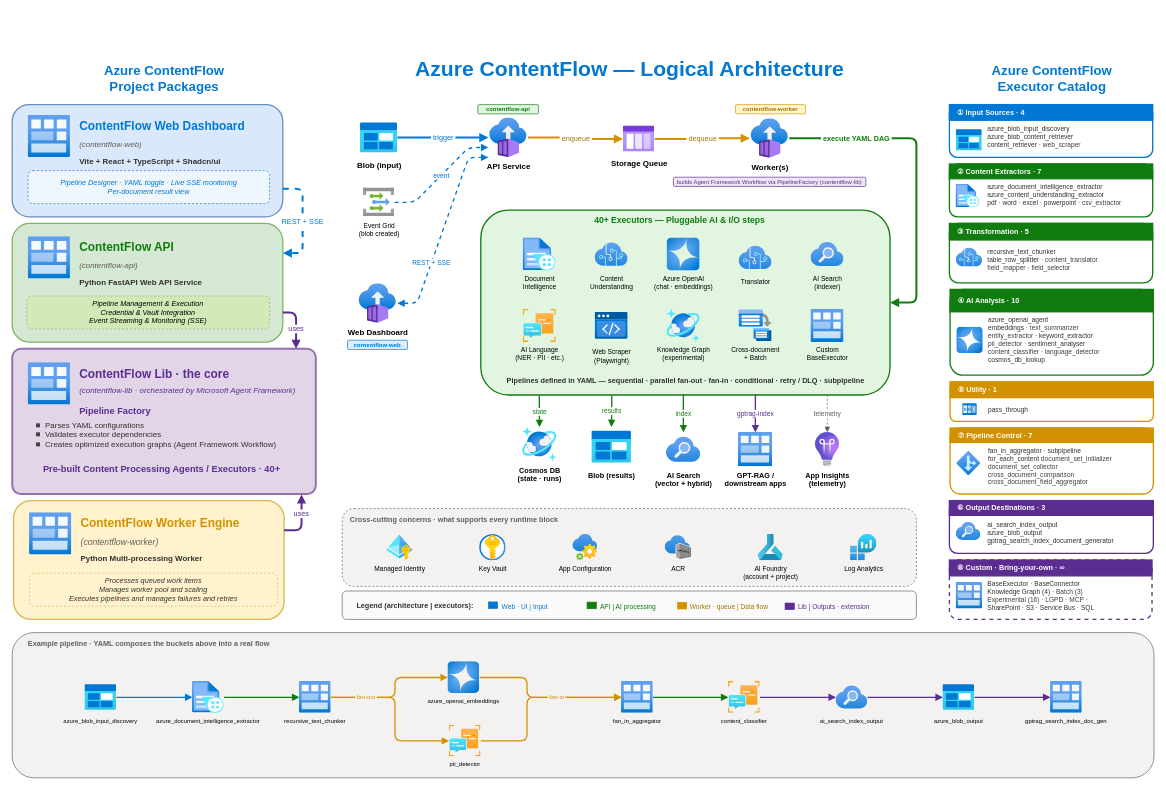
Above: page "Overall" (1 of 4) of assets/ContentFlow Diagram.drawio in Azure/contentflow (draw.io), before the change. Source tidied: cells renumbered, new cells numbered last; positions are measured from the earlier drawing's top-left corner, leaving out a move shared by most shapes. Both pictures are drawn from the tidied source at 66%, with x=0, y=0 at pixel (12, 51).
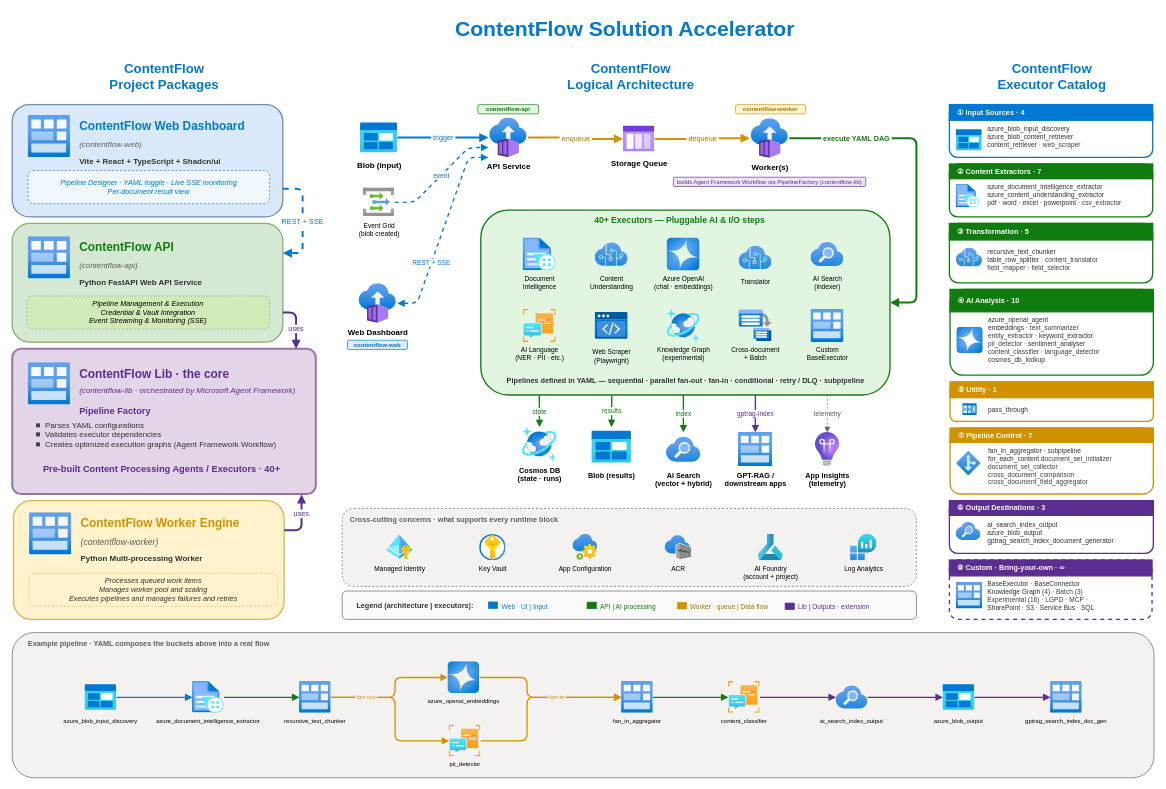
After the change.

Commit message (it also covers changes not shown here):
docs: add multi-page architecture diagram

What changed in the source:
```diff
@@
-    <mxCell id="80" value="&lt;font&gt;&lt;b style=&quot;&quot;&gt;Azure ContentFlow&lt;/b&gt;&lt;/font&gt;&lt;div&gt;&lt;font style=&quot;&quot;&gt;&lt;font style=&quot;color: rgb(0, 120, 212);&quot;&gt;Project Packages&lt;/font&gt;&lt;/font&gt;&lt;/div&gt;" style="text;html=1;align=center;fontSize=20;fontColor=#0078D4;fontStyle=1;verticalAlign=top;" parent="1" vertex="1">
-      <mxGeometry y="10" width="460" height="60" as="geometry" />
+    <mxCell id="80" value="&lt;font&gt;&lt;b style=&quot;&quot;&gt;ContentFlow&lt;/b&gt;&lt;/font&gt;&lt;div&gt;&lt;font style=&quot;&quot;&gt;&lt;font style=&quot;color: rgb(0, 120, 212);&quot;&gt;Project Packages&lt;/font&gt;&lt;/font&gt;&lt;/div&gt;" style="text;html=1;align=center;fontSize=20;fontColor=#0078D4;fontStyle=1;verticalAlign=top;" parent="1" vertex="1">
+      <mxGeometry y="7" width="460" height="60" as="geometry" />
     </mxCell>
-    <mxCell id="81" value="&lt;font style=&quot;font-size: 32px;&quot;&gt;&lt;font style=&quot;&quot;&gt;&lt;b style=&quot;&quot;&gt;Azure ContentFlow&lt;/b&gt;&amp;nbsp;&lt;/font&gt;&lt;span style=&quot;color: rgb(0, 120, 212);&quot;&gt;— Logical Architecture&lt;/span&gt;&lt;/font&gt;" style="text;html=1;align=center;fontSize=24;fontColor=#0078D4;fontStyle=1;verticalAlign=top;" parent="1" vertex="1">
-      <mxGeometry x="500" width="870" height="50" as="geometry" />
+    <mxCell id="81" value="&lt;font style=&quot;font-size: 32px;&quot;&gt;&lt;font style=&quot;&quot;&gt;&lt;b style=&quot;&quot;&gt;ContentFlow Solution Accelerator&lt;/b&gt;&lt;/font&gt;&lt;/font&gt;" style="text;html=1;align=center;fontSize=24;fontColor=#0078D4;fontStyle=1;verticalAlign=top;" parent="1" vertex="1">
+      <mxGeometry x="493.2" y="-61" width="870" height="50" as="geometry" />
     </mxCell>
@@
-    <mxCell id="144" value="&lt;font&gt;&lt;b style=&quot;&quot;&gt;Azure ContentFlow&lt;/b&gt;&lt;/font&gt;&lt;div&gt;&lt;font&gt;&lt;font style=&quot;color: rgb(0, 120, 212);&quot;&gt;Executor Catalog&lt;/font&gt;&lt;/font&gt;&lt;/div&gt;" style="text;html=1;align=center;fontSize=20;fontColor=#0078D4;fontStyle=1;verticalAlign=top;" parent="1" vertex="1">
-      <mxGeometry x="1420" y="10" width="310" height="60" as="geometry" />
+    <mxCell id="144" value="&lt;font&gt;&lt;b style=&quot;&quot;&gt;ContentFlow&lt;/b&gt;&lt;/font&gt;&lt;div&gt;&lt;font&gt;&lt;font style=&quot;color: rgb(0, 120, 212);&quot;&gt;Executor Catalog&lt;/font&gt;&lt;/font&gt;&lt;/div&gt;" style="text;html=1;align=center;fontSize=20;fontColor=#0078D4;fontStyle=1;verticalAlign=top;" parent="1" vertex="1">
+      <mxGeometry x="1420" y="7" width="310" height="60" as="geometry" />
     </mxCell>
@@
+    <mxCell id="155" value="&lt;font&gt;&lt;b style=&quot;&quot;&gt;ContentFlow&lt;/b&gt;&lt;/font&gt;&lt;div&gt;&lt;font style=&quot;&quot;&gt;&lt;font style=&quot;color: rgb(0, 120, 212);&quot;&gt;Logical Architecture&lt;/font&gt;&lt;/font&gt;&lt;/div&gt;" style="text;html=1;align=center;fontSize=20;fontColor=#0078D4;fontStyle=1;verticalAlign=top;" parent="1" vertex="1">
+      <mxGeometry x="498" y="7" width="877" height="60" as="geometry" />
+    </mxCell>
```
